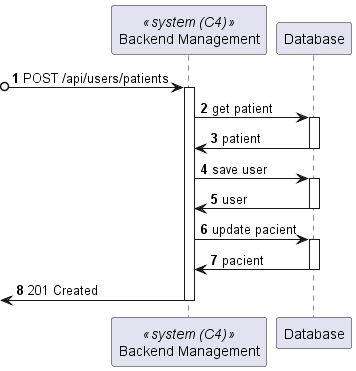
Lapr5G21/sem5pi-24-25-3ddg21 keeps this PlantUML diagram as docs/StaffProfileCreate/views/level3/process-view1.png. Above is the earlier version. The source it was exported from:
```plantuml
@startuml

autonumber
participant BE as "Backend Management" <<system (C4)>>
participant DB as "Database"

?o-> BE : POST /api/users/patients
activate BE

BE -> DB : get patient

activate DB

DB -> BE : patient

deactivate DB


BE -> DB : save user

activate DB

DB -> BE : user

deactivate DB

BE -> DB : update pacient

activate DB

DB -> BE : pacient

deactivate DB

<- BE : 201 Created

deactivate BE

@enduml
```
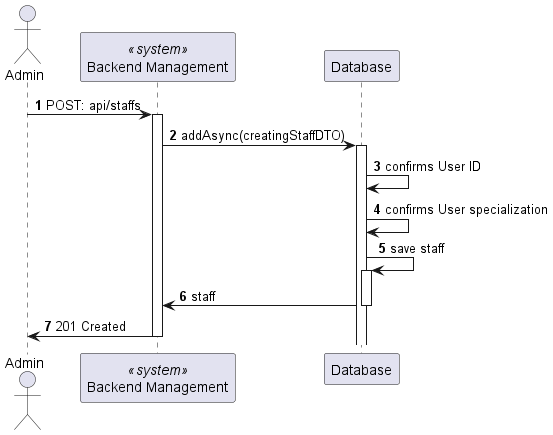
After the change.

Change to the diagram source:
```diff
@@ -1,38 +1,32 @@
 @startuml
 
 autonumber
-participant BE as "Backend Management" <<system (C4)>>
+actor Admin as "Admin"
+participant BE as "Backend Management" <<system>>
 participant DB as "Database"
 
-?o-> BE : POST /api/users/patients
+Admin-> BE : POST: api/staffs
 activate BE
 
-BE -> DB : get patient
+BE -> DB : addAsync(creatingStaffDTO)
+
+
 
 activate DB
 
-DB -> BE : patient
+DB -> DB : confirms User ID
+
+DB -> DB : confirms User specialization
+
+DB -> DB : save staff
+
+activate DB
+
+DB -> BE : staff
 
 deactivate DB
 
-
-BE -> DB : save user
-
-activate DB
-
-DB -> BE : user
-
-deactivate DB
-
-BE -> DB : update pacient
-
-activate DB
-
-DB -> BE : pacient
-
-deactivate DB
-
-<- BE : 201 Created
+Admin <- BE : 201 Created
 
 deactivate BE
 
```
